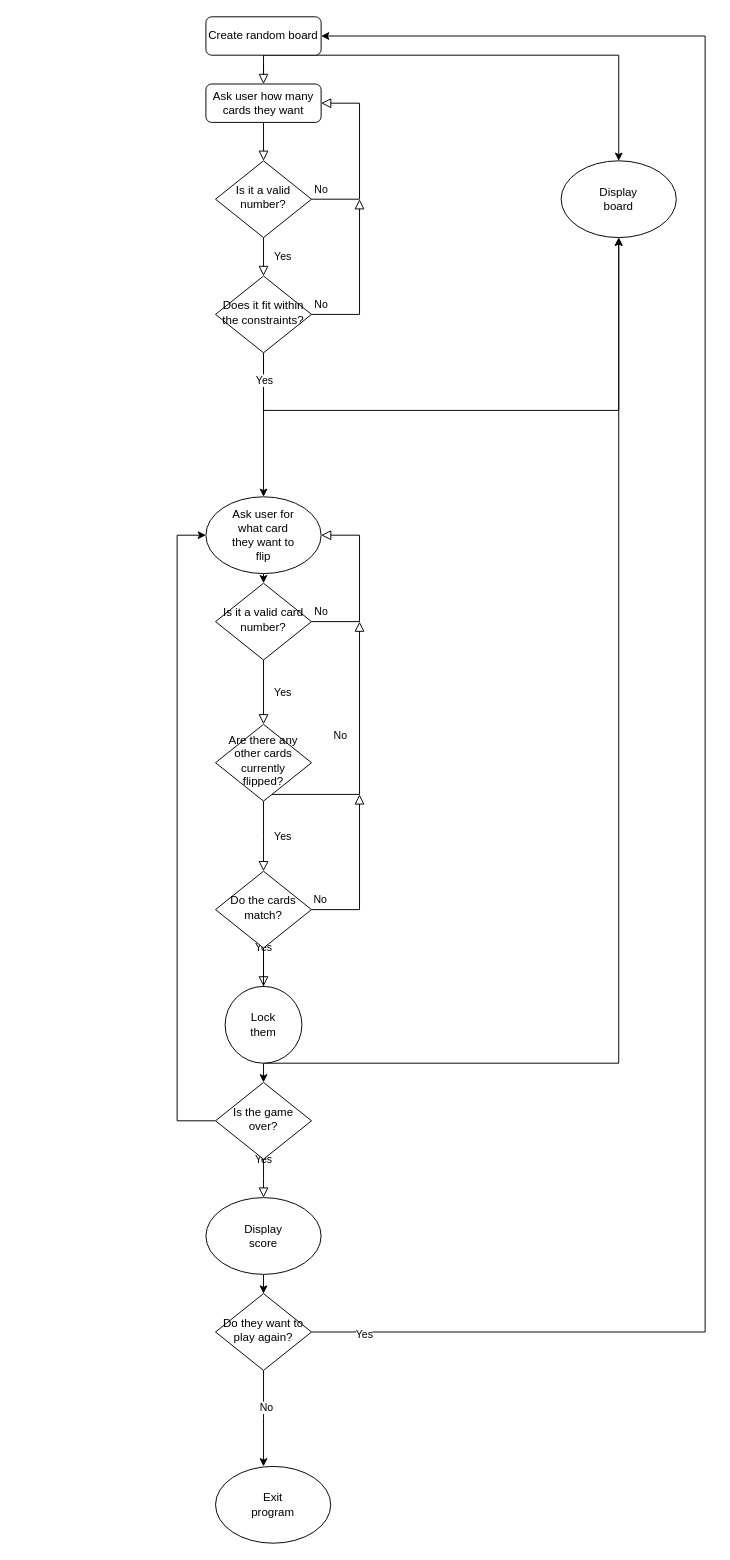
zadeviggers/11dte-programming-asessment keeps this draw.io diagram as Memory game python flowchart.drawio. Above is the earlier version. Source tidied: cells renumbered, new cells numbered last; positions are measured from the earlier drawing's top-left corner, leaving out a move shared by most shapes. Both pictures are drawn from the tidied source at 96%, with x=0, y=0 at pixel (177, 16).
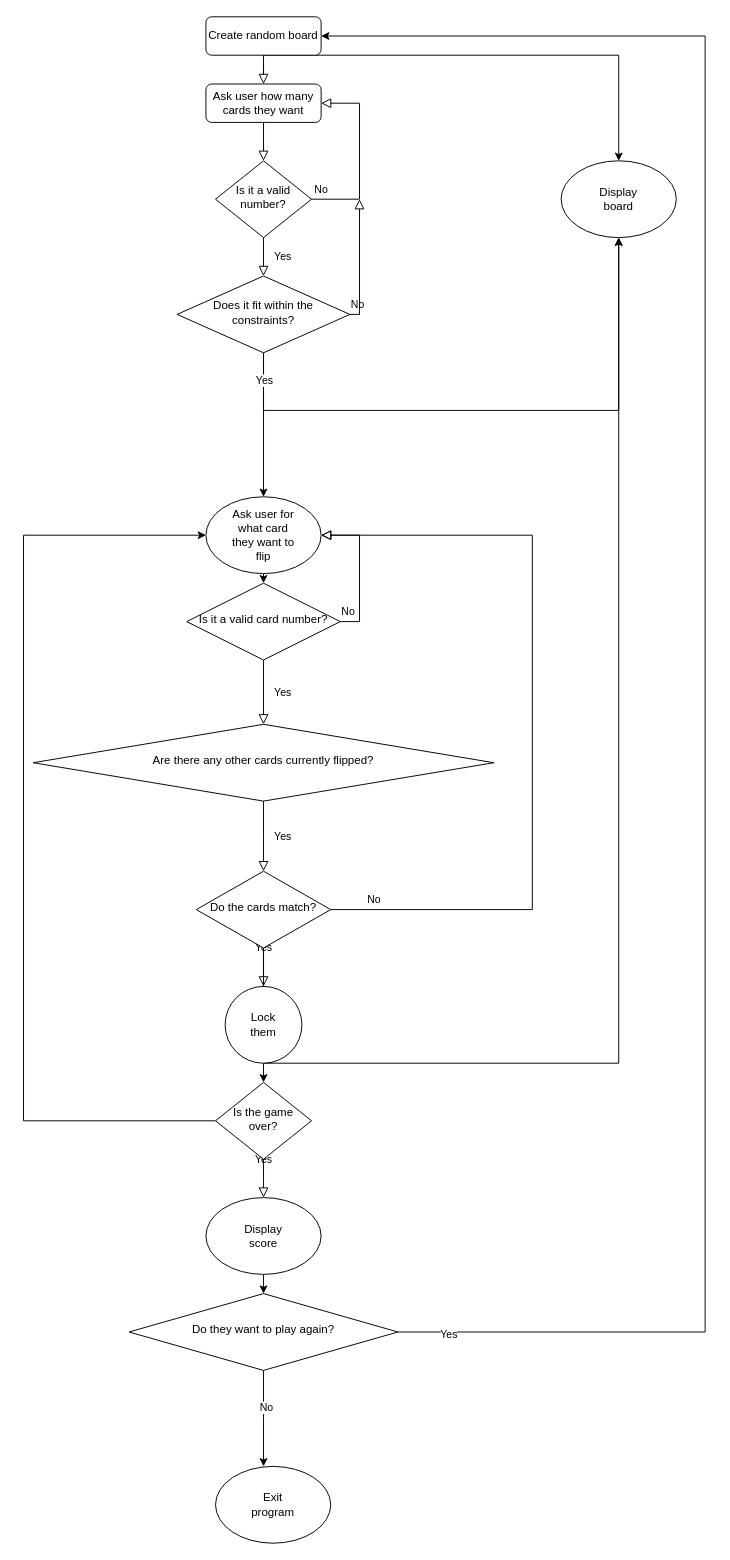
The same diagram, later.

Commit message:
Thiccer triagnles

The change refers to these unchanged cells:
```xml
<mxCell id="16" style="ellipse;whiteSpace=wrap;html=1;" parent="1" vertex="1">
  <mxGeometry x="30" y="500" width="120" height="80" as="geometry" />
</mxCell>
<mxCell id="33" value="Is the game over?" style="rhombus;whiteSpace=wrap;html=1;shadow=0;fontFamily=Helvetica;fontSize=12;align=center;strokeWidth=1;spacing=6;spacingTop=-4;" parent="1" vertex="1">
  <mxGeometry x="40" y="1110" width="100" height="80" as="geometry" />
</mxCell>
```

What changed in the source:
```diff
@@
     <mxCell id="10" value="Does it fit within the constraints?" style="rhombus;whiteSpace=wrap;html=1;shadow=0;fontFamily=Helvetica;fontSize=12;align=center;strokeWidth=1;spacing=6;spacingTop=-4;" parent="1" vertex="1">
-      <mxGeometry x="40" y="270" width="100" height="80" as="geometry" />
+      <mxGeometry y="270" width="180" height="80" as="geometry" />
     </mxCell>
@@
     <mxCell id="20" value="Is it a valid card number?" style="rhombus;whiteSpace=wrap;html=1;shadow=0;fontFamily=Helvetica;fontSize=12;align=center;strokeWidth=1;spacing=6;spacingTop=-4;" parent="1" vertex="1">
-      <mxGeometry x="40" y="590" width="100" height="80" as="geometry" />
+      <mxGeometry x="10" y="590" width="160" height="80" as="geometry" />
     </mxCell>
@@
-    <mxCell id="22" value="No" style="edgeStyle=orthogonalEdgeStyle;rounded=0;html=1;jettySize=auto;fontSize=11;endArrow=block;endFill=0;endSize=8;strokeWidth=1;shadow=0;labelBackgroundColor=none;" parent="1" edge="1" source="23">
-      <mxGeometry x="0.12" y="20" relative="1" as="geometry">
-        <mxPoint x="190" y="630" as="targetPoint" />
-        <Array as="points">
-          <mxPoint x="190" y="810" />
-        </Array>
-      </mxGeometry>
-    </mxCell>
     <mxCell id="23" value="Are there any other cards currently flipped?" style="rhombus;whiteSpace=wrap;html=1;shadow=0;fontFamily=Helvetica;fontSize=12;align=center;strokeWidth=1;spacing=6;spacingTop=-4;" parent="1" vertex="1">
-      <mxGeometry x="40" y="737" width="100" height="80" as="geometry" />
+      <mxGeometry x="-150" y="737" width="480" height="80" as="geometry" />
     </mxCell>
@@
-    <mxCell id="25" value="No" style="edgeStyle=orthogonalEdgeStyle;rounded=0;html=1;jettySize=auto;fontSize=11;endArrow=block;endFill=0;endSize=8;strokeWidth=1;shadow=0;labelBackgroundColor=none;" parent="1" edge="1" source="27">
+    <mxCell id="25" value="No" style="edgeStyle=orthogonalEdgeStyle;rounded=0;html=1;jettySize=auto;fontSize=11;endArrow=block;endFill=0;endSize=8;strokeWidth=1;shadow=0;labelBackgroundColor=none;entryX=1;entryY=0.5;entryDx=0;entryDy=0;" parent="1" edge="1" source="27" target="16">
       <mxGeometry x="-0.89" y="10" relative="1" as="geometry">
-        <mxPoint x="190" y="810" as="targetPoint" />
         <Array as="points">
-          <mxPoint x="190" y="930" />
+          <mxPoint x="370" y="930" />
+          <mxPoint x="370" y="540" />
         </Array>
       </mxGeometry>
     </mxCell>
@@
     <mxCell id="27" value="Do the cards match?" style="rhombus;whiteSpace=wrap;html=1;shadow=0;fontFamily=Helvetica;fontSize=12;align=center;strokeWidth=1;spacing=6;spacingTop=-4;" parent="1" vertex="1">
-      <mxGeometry x="40" y="890" width="100" height="80" as="geometry" />
+      <mxGeometry x="20" y="890" width="140" height="80" as="geometry" />
     </mxCell>
@@
     <mxCell id="32" style="edgeStyle=orthogonalEdgeStyle;rounded=0;jettySize=auto;html=1;entryX=0;entryY=0.5;entryDx=0;entryDy=0;" parent="1" edge="1" source="33" target="16">
       <mxGeometry relative="1" as="geometry">
         <Array as="points">
-          <mxPoint y="1150" />
-          <mxPoint y="540" />
+          <mxPoint x="-160" y="1150" />
+          <mxPoint x="-160" y="540" />
         </Array>
       </mxGeometry>
     </mxCell>
@@
     <mxCell id="41" value="Do they want to play again?" style="rhombus;whiteSpace=wrap;html=1;shadow=0;fontFamily=Helvetica;fontSize=12;align=center;strokeWidth=1;spacing=6;spacingTop=-4;" parent="1" vertex="1">
-      <mxGeometry x="40" y="1330" width="100" height="80" as="geometry" />
+      <mxGeometry x="-50" y="1330" width="280" height="80" as="geometry" />
     </mxCell>
```
